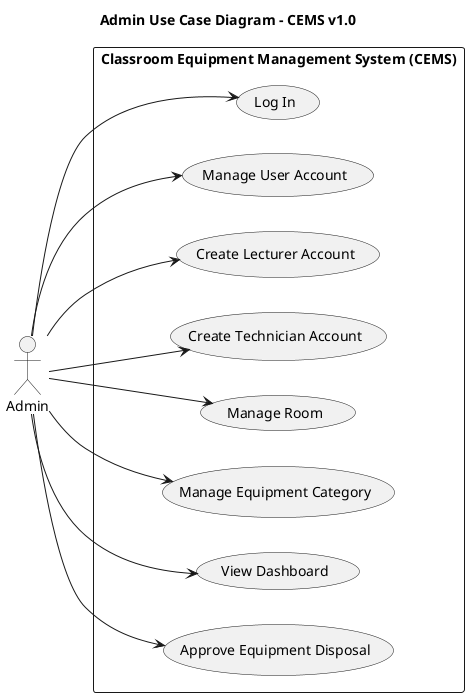
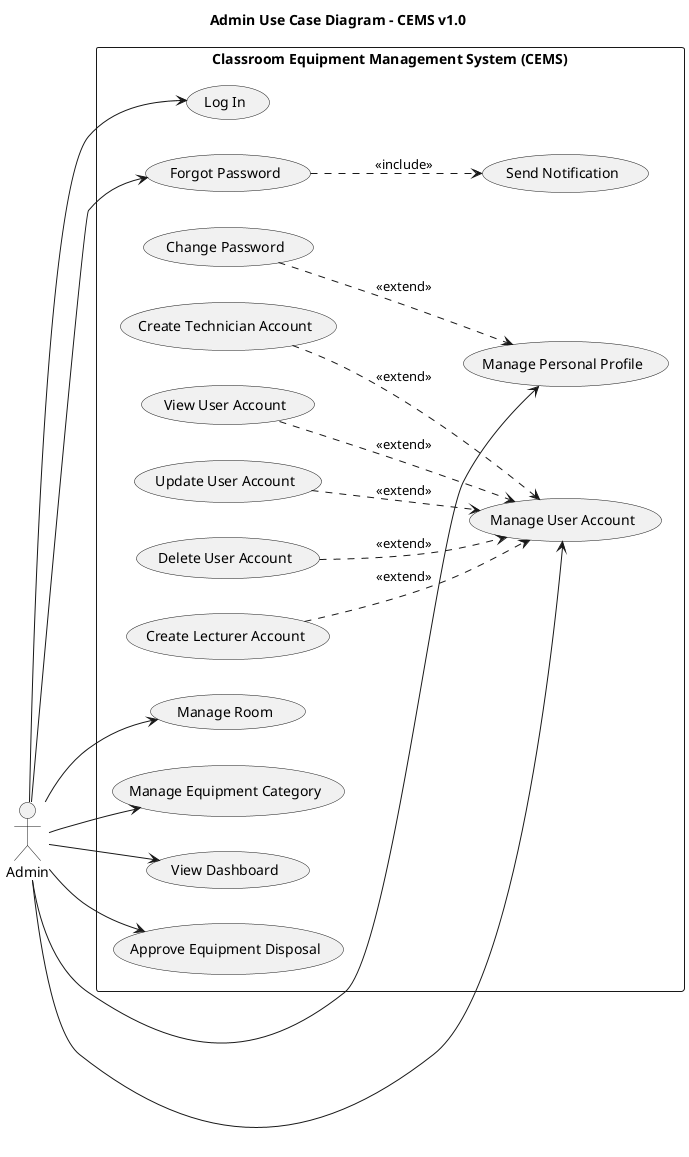
@startuml Admin
title Admin Use Case Diagram - CEMS v1.0

left to right direction
skinparam packageStyle rectangle

actor Admin

rectangle "Classroom Equipment Management System (CEMS)" {
  usecase "Log In" as UC_LogIn
+   usecase "Change Password" as UC_ChangePassword
+   usecase "Forgot Password" as UC_ForgotPassword
+   usecase "Manage Personal Profile" as UC_ManageProfile
  usecase "Manage User Account" as UC_ManageUser
  usecase "Create Lecturer Account" as UC_CreateLecturer
  usecase "Create Technician Account" as UC_CreateTechnician
+   usecase "View User Account" as UC_ViewUser
+   usecase "Update User Account" as UC_UpdateUser
+   usecase "Delete User Account" as UC_DeleteUser
  usecase "Manage Room" as UC_ManageRoom
  usecase "Manage Equipment Category" as UC_ManageCategory
  usecase "View Dashboard" as UC_ViewDashboard
  usecase "Approve Equipment Disposal" as UC_ApproveDisposal
+   usecase "Send Notification" as UC_SendNotification
}

Admin --> UC_LogIn
+ Admin --> UC_ManageProfile
+ Admin --> UC_ForgotPassword
Admin --> UC_ManageUser
- Admin --> UC_CreateLecturer
- Admin --> UC_CreateTechnician
Admin --> UC_ManageRoom
Admin --> UC_ManageCategory
Admin --> UC_ViewDashboard
Admin --> UC_ApproveDisposal

+ UC_ChangePassword ..> UC_ManageProfile : <<extend>>
+ UC_CreateLecturer ..> UC_ManageUser : <<extend>>
+ UC_CreateTechnician ..> UC_ManageUser : <<extend>>
+ UC_ViewUser ..> UC_ManageUser : <<extend>>
+ UC_UpdateUser ..> UC_ManageUser : <<extend>>
+ UC_DeleteUser ..> UC_ManageUser : <<extend>>
+ 
+ UC_ForgotPassword ..> UC_SendNotification : <<include>>
+ 
@enduml
